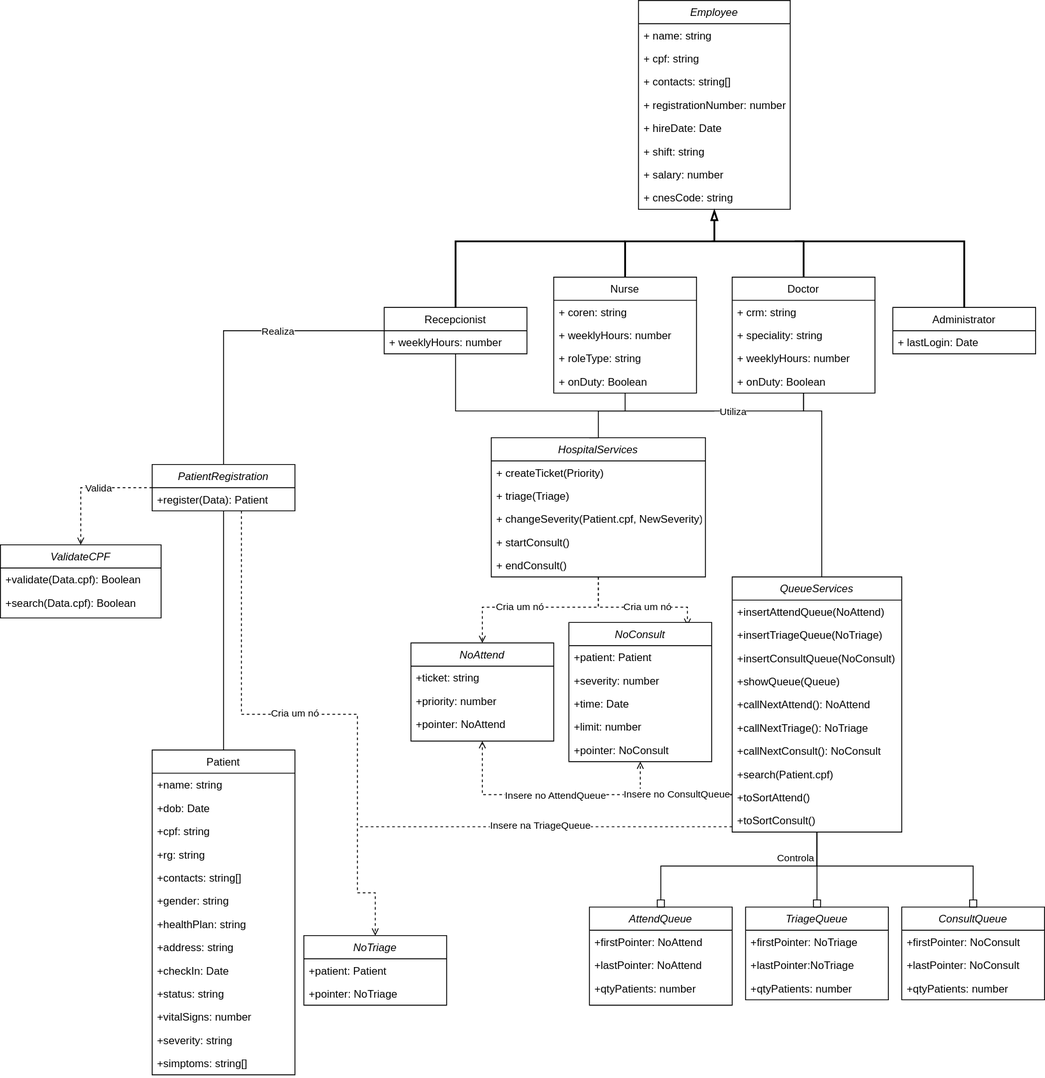
Above: diagramas/DiagramaDeClasse.drawio.svg in Zidan-09/ProjetoInterdiciplinar_GdF (draw.io), before the change. Source tidied: cells renumbered, new cells last; positions are measured from the earlier drawing's top-left corner, leaving out a move shared by most shapes.
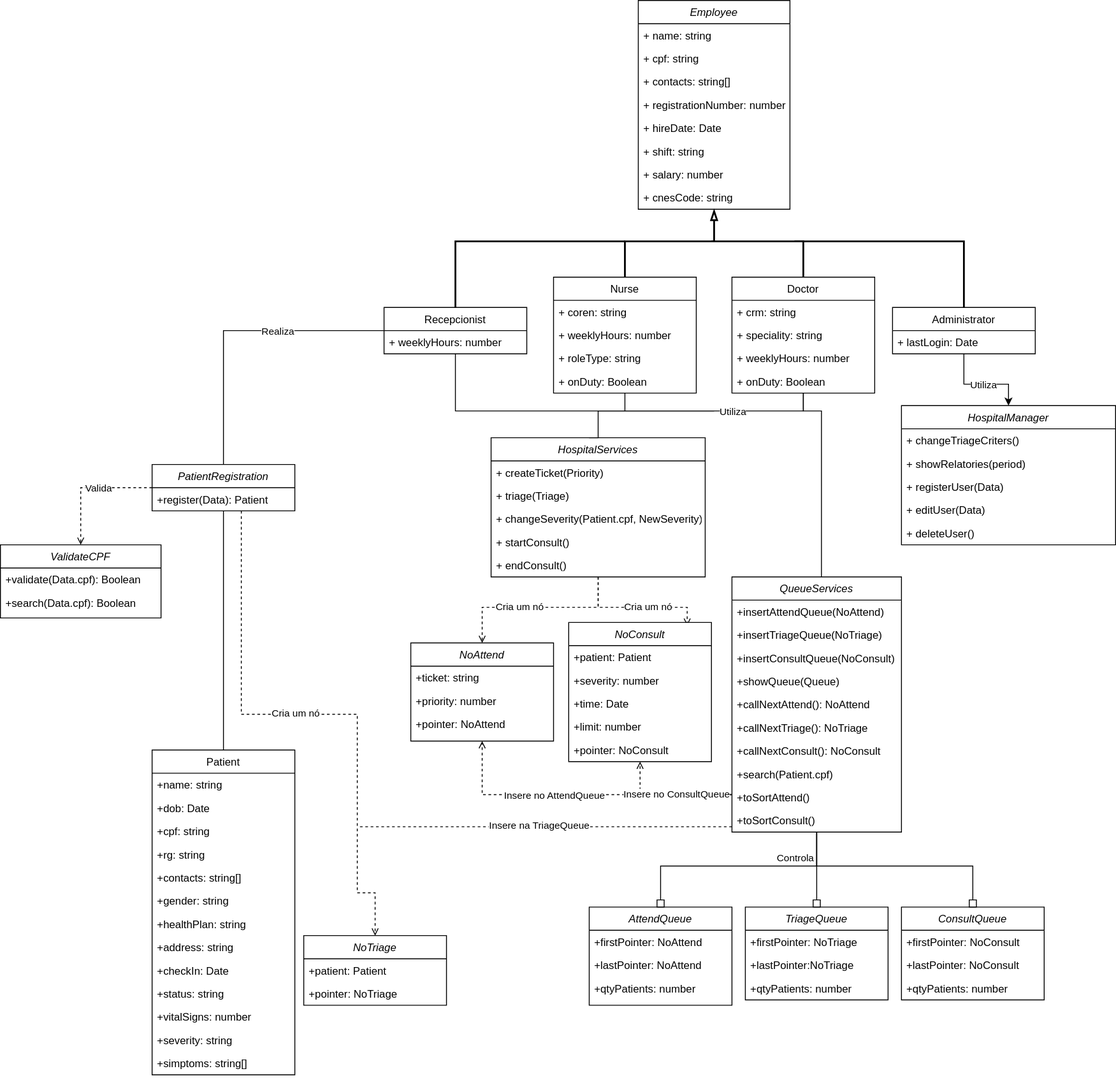
After the commit.

The edit, as a diff of the source:
```diff
@@ -134,6 +134,19 @@
         </Array>
       </mxGeometry>
     </mxCell>
+    <mxCell id="116" style="edgeStyle=orthogonalEdgeStyle;rounded=0;jettySize=auto;html=1;" parent="1" edge="1" source="32" target="118">
+      <mxGeometry relative="1" as="geometry">
+        <Array as="points">
+          <mxPoint x="1080" y="430" />
+          <mxPoint x="1130" y="430" />
+        </Array>
+      </mxGeometry>
+    </mxCell>
+    <mxCell id="117" value="Utiliza" style="edgeLabel;html=1;align=center;verticalAlign=middle;" parent="116" vertex="1">
+      <mxGeometry x="0.02" y="-2" relative="1" as="geometry">
+        <mxPoint y="-2" as="offset" />
+      </mxGeometry>
+    </mxCell>
     <mxCell id="32" value="Administrator" style="swimlane;fontStyle=0;align=center;verticalAlign=top;horizontal=1;startSize=26;rounded=0;shadow=0;strokeWidth=1;" parent="1" vertex="1">
       <mxGeometry x="1000" y="344" width="160" height="52" as="geometry" />
     </mxCell>
@@ -452,5 +465,23 @@
         <mxPoint x="47" y="-3" as="offset" />
       </mxGeometry>
     </mxCell>
+    <mxCell id="118" value="HospitalManager" style="swimlane;fontStyle=2;align=center;verticalAlign=top;horizontal=1;startSize=26;rounded=0;shadow=0;strokeWidth=1;" parent="1" vertex="1">
+      <mxGeometry x="1010" y="454" width="240" height="156" as="geometry" />
+    </mxCell>
+    <mxCell id="119" value="+ changeTriageCriters()" style="text;align=left;verticalAlign=top;spacingLeft=4;spacingRight=4;overflow=hidden;" parent="118" vertex="1">
+      <mxGeometry y="26" width="240" height="26" as="geometry" />
+    </mxCell>
+    <mxCell id="120" value="+ showRelatories(period)" style="text;align=left;verticalAlign=top;spacingLeft=4;spacingRight=4;overflow=hidden;" parent="118" vertex="1">
+      <mxGeometry y="52" width="240" height="26" as="geometry" />
+    </mxCell>
+    <mxCell id="121" value="+ registerUser(Data)" style="text;align=left;verticalAlign=top;spacingLeft=4;spacingRight=4;overflow=hidden;" parent="118" vertex="1">
+      <mxGeometry y="78" width="240" height="26" as="geometry" />
+    </mxCell>
+    <mxCell id="122" value="+ editUser(Data)" style="text;align=left;verticalAlign=top;spacingLeft=4;spacingRight=4;overflow=hidden;" parent="118" vertex="1">
+      <mxGeometry y="104" width="240" height="26" as="geometry" />
+    </mxCell>
+    <mxCell id="123" value="+ deleteUser()" style="text;align=left;verticalAlign=top;spacingLeft=4;spacingRight=4;overflow=hidden;" parent="118" vertex="1">
+      <mxGeometry y="130" width="240" height="26" as="geometry" />
+    </mxCell>
   </root>
 </mxGraphModel>
```
